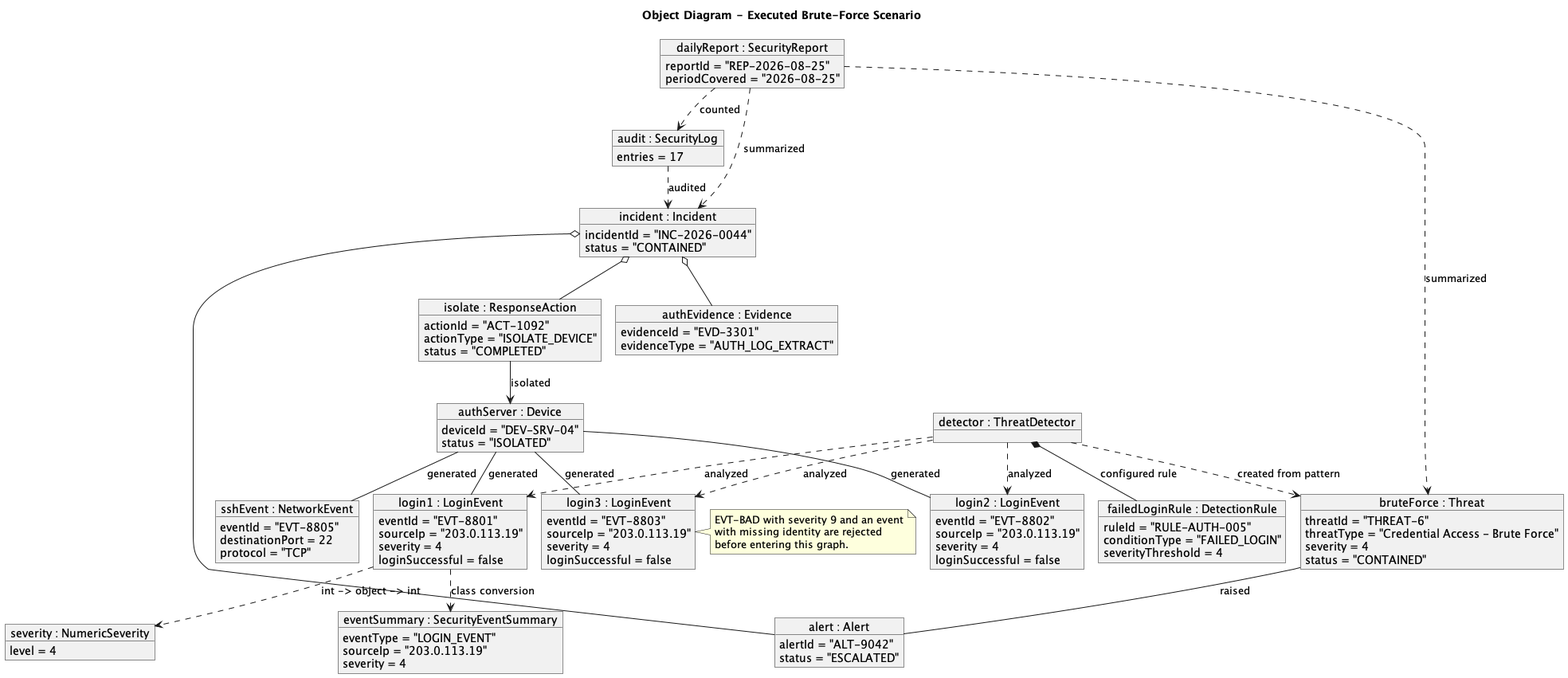
jaitak2121-spec/CybersecurityThreatdetector keeps this PlantUML diagram as object-diagram.png. Above is the earlier version.
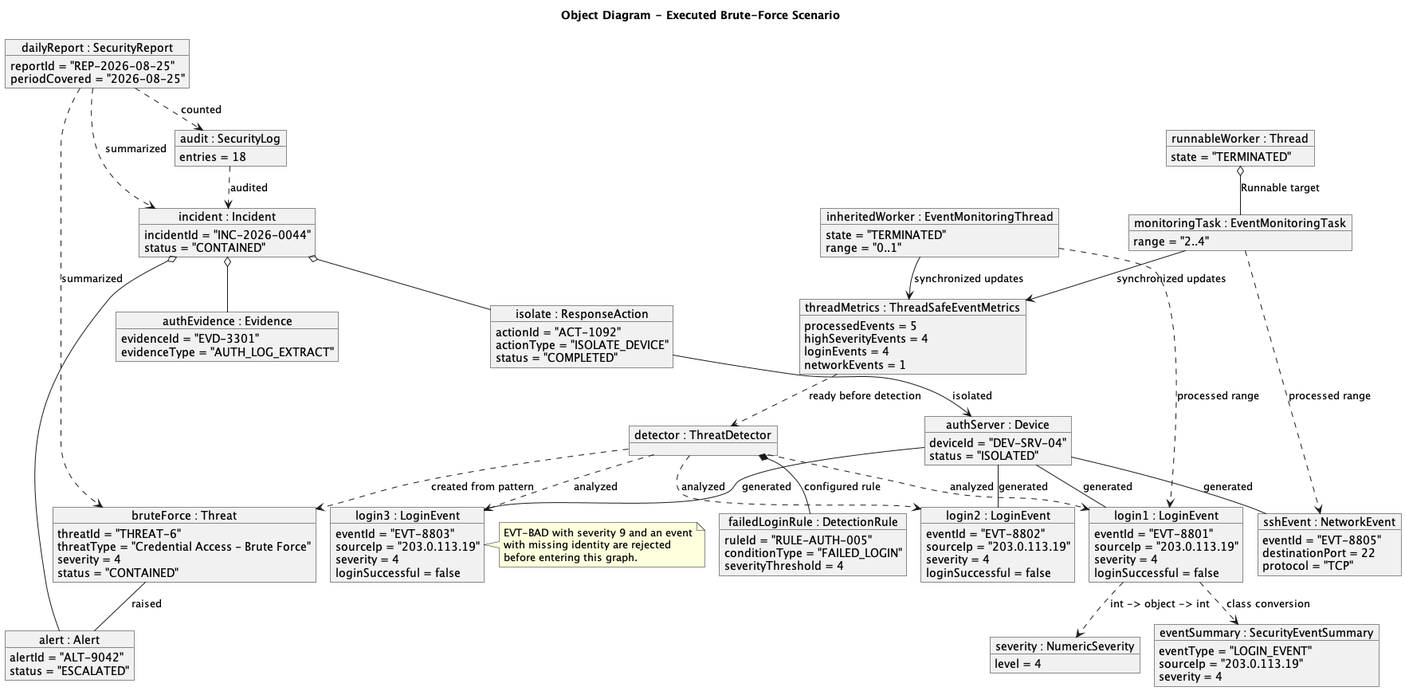
Later version of the same file.

The edit, as a diff of the source:
```diff
@@ -67,8 +67,24 @@
   sourceIp = "203.0.113.19"
   severity = 4
 }
+object "inheritedWorker : EventMonitoringThread" as inheritedWorker {
+  state = "TERMINATED"
+  range = "0..1"
+}
+object "monitoringTask : EventMonitoringTask" as monitoringTask {
+  range = "2..4"
+}
+object "runnableWorker : Thread" as runnableWorker {
+  state = "TERMINATED"
+}
+object "threadMetrics : ThreadSafeEventMetrics" as metrics {
+  processedEvents = 5
+  highSeverityEvents = 4
+  loginEvents = 4
+  networkEvents = 1
+}
 object "audit : SecurityLog" as log {
-  entries = 17
+  entries = 18
 }
 object "dailyReport : SecurityReport" as report {
   reportId = "REP-2026-08-25"
@@ -91,6 +107,12 @@
 action --> device : isolated
 login1 ..> severity : int -> object -> int
 login1 ..> summary : class conversion
+inheritedWorker ..> login1 : processed range
+inheritedWorker --> metrics : synchronized updates
+runnableWorker o-- monitoringTask : Runnable target
+monitoringTask ..> network : processed range
+monitoringTask --> metrics : synchronized updates
+metrics ..> detector : ready before detection
 log ..> incident : audited
 report ..> threat : summarized
 report ..> incident : summarized
```
